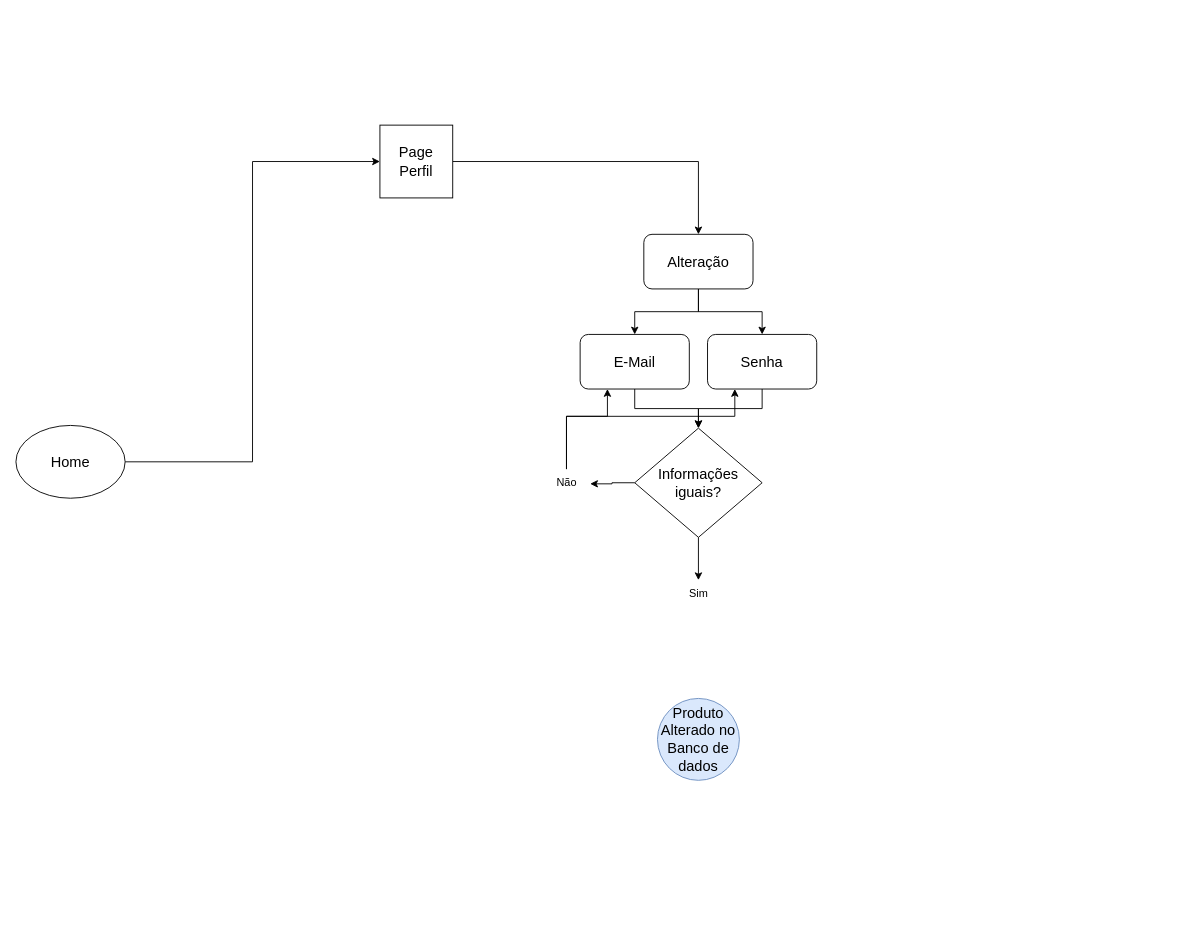
Above: page "Home perfil" (3 of 5) of Novoteste.drawio in gabrimota/Diagramas (draw.io), before the change. Source tidied: cells renumbered, new cells numbered last; positions are measured from the earlier drawing's top-left corner, leaving out a move shared by most shapes. Both pictures are drawn from the tidied source at 91%, with x=0, y=0 at pixel (15, 125).
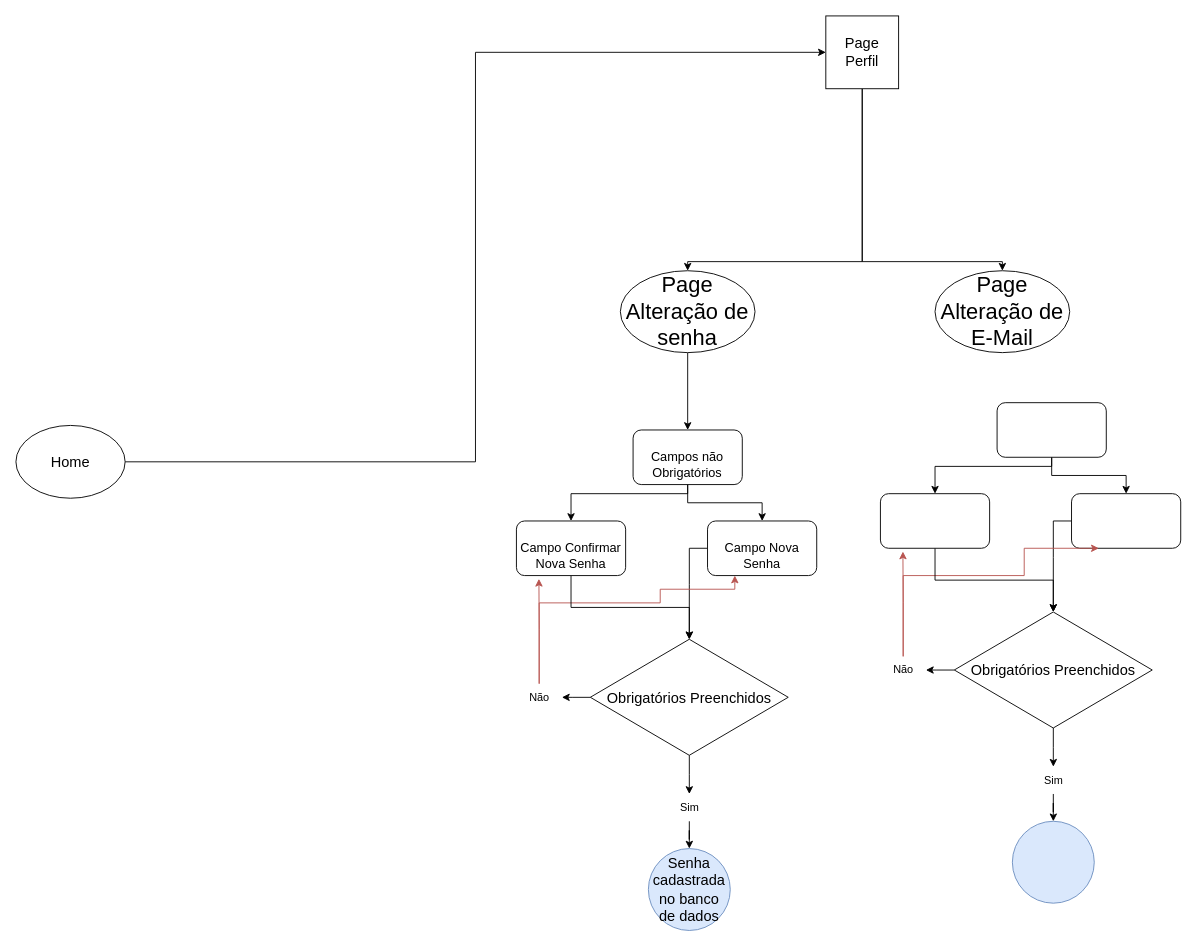
The same diagram, later.

The edit, as a diff of the source:
```diff
@@
-    <mxCell id="4" style="edgeStyle=orthogonalEdgeStyle;rounded=0;jettySize=auto;html=1;entryX=0.5;entryY=0;entryDx=0;entryDy=0;" parent="1" edge="1" source="5" target="12">
-      <mxGeometry relative="1" as="geometry" />
-    </mxCell>
+    <mxCell id="21" style="edgeStyle=orthogonalEdgeStyle;rounded=0;jettySize=auto;html=1;entryX=0.5;entryY=0;entryDx=0;entryDy=0;" parent="1" edge="1" source="5" target="24">
+      <mxGeometry relative="1" as="geometry">
+        <Array as="points">
+          <mxPoint x="930" y="150" />
+          <mxPoint x="738" y="150" />
+        </Array>
+      </mxGeometry>
+    </mxCell>
+    <mxCell id="22" style="edgeStyle=orthogonalEdgeStyle;rounded=0;jettySize=auto;html=1;" parent="1" edge="1" source="5" target="41">
+      <mxGeometry relative="1" as="geometry">
+        <Array as="points">
+          <mxPoint x="930" y="150" />
+          <mxPoint x="1084" y="150" />
+        </Array>
+      </mxGeometry>
+    </mxCell>
     <mxCell id="5" value="&lt;font size=&quot;3&quot;&gt;Page&lt;br&gt;Perfil&lt;/font&gt;" style="whiteSpace=wrap;html=1;" parent="1" vertex="1">
-      <mxGeometry x="400" width="80" height="80" as="geometry" />
+      <mxGeometry x="890" y="-120" width="80" height="80" as="geometry" />
     </mxCell>
-    <mxCell id="6" style="edgeStyle=orthogonalEdgeStyle;rounded=0;jettySize=auto;html=1;entryX=0.5;entryY=0;entryDx=0;entryDy=0;" parent="1" edge="1" source="7" target="14">
-      <mxGeometry relative="1" as="geometry" />
-    </mxCell>
-    <mxCell id="7" value="&lt;font size=&quot;3&quot;&gt;E-Mail&lt;/font&gt;" style="rounded=1;whiteSpace=wrap;html=1;" parent="1" vertex="1">
-      <mxGeometry x="620" y="230" width="120" height="60" as="geometry" />
-    </mxCell>
-    <mxCell id="8" style="edgeStyle=orthogonalEdgeStyle;rounded=0;jettySize=auto;html=1;entryX=0.5;entryY=0;entryDx=0;entryDy=0;" parent="1" edge="1" source="9" target="14">
-      <mxGeometry relative="1" as="geometry" />
-    </mxCell>
-    <mxCell id="9" value="&lt;font size=&quot;3&quot;&gt;Senha&lt;/font&gt;" style="rounded=1;whiteSpace=wrap;html=1;" parent="1" vertex="1">
-      <mxGeometry x="760" y="230" width="120" height="60" as="geometry" />
-    </mxCell>
-    <mxCell id="10" style="edgeStyle=orthogonalEdgeStyle;rounded=0;jettySize=auto;html=1;entryX=0.5;entryY=0;entryDx=0;entryDy=0;" parent="1" edge="1" source="12" target="7">
-      <mxGeometry relative="1" as="geometry" />
-    </mxCell>
-    <mxCell id="11" style="edgeStyle=orthogonalEdgeStyle;rounded=0;jettySize=auto;html=1;" parent="1" edge="1" source="12" target="9">
-      <mxGeometry relative="1" as="geometry">
-        <Array as="points">
-          <mxPoint x="750" y="205" />
-          <mxPoint x="820" y="205" />
-        </Array>
-      </mxGeometry>
-    </mxCell>
-    <mxCell id="12" value="&lt;font size=&quot;3&quot;&gt;Alteração&lt;/font&gt;" style="rounded=1;whiteSpace=wrap;html=1;" parent="1" vertex="1">
-      <mxGeometry x="690" y="120" width="120" height="60" as="geometry" />
-    </mxCell>
-    <mxCell id="13" style="edgeStyle=orthogonalEdgeStyle;rounded=0;jettySize=auto;html=1;" parent="1" edge="1" source="14" target="19">
-      <mxGeometry relative="1" as="geometry" />
-    </mxCell>
-    <mxCell id="14" value="&lt;font size=&quot;3&quot;&gt;Informações iguais?&lt;/font&gt;" style="rhombus;whiteSpace=wrap;html=1;" parent="1" vertex="1">
-      <mxGeometry x="680" y="333" width="140" height="120" as="geometry" />
-    </mxCell>
-    <mxCell id="15" style="edgeStyle=orthogonalEdgeStyle;rounded=0;jettySize=auto;html=1;entryX=0.25;entryY=1;entryDx=0;entryDy=0;" parent="1" edge="1" source="17" target="9">
-      <mxGeometry relative="1" as="geometry">
-        <Array as="points">
-          <mxPoint x="605" y="320" />
-          <mxPoint x="790" y="320" />
-        </Array>
-      </mxGeometry>
-    </mxCell>
-    <mxCell id="16" style="edgeStyle=orthogonalEdgeStyle;rounded=0;jettySize=auto;html=1;entryX=0.25;entryY=1;entryDx=0;entryDy=0;" parent="1" edge="1" source="17" target="7">
-      <mxGeometry relative="1" as="geometry">
-        <Array as="points">
-          <mxPoint x="605" y="320" />
-          <mxPoint x="650" y="320" />
-        </Array>
-      </mxGeometry>
-    </mxCell>
-    <mxCell id="17" value="Não" style="text;html=1;align=center;verticalAlign=middle;points=[];strokeColor=none;fillColor=none;" parent="1" vertex="1">
-      <mxGeometry x="580" y="378" width="50" height="30" as="geometry" />
-    </mxCell>
-    <mxCell id="18" style="edgeStyle=orthogonalEdgeStyle;rounded=0;jettySize=auto;html=1;entryX=1.021;entryY=0.539;entryDx=0;entryDy=0;entryPerimeter=0;" parent="1" edge="1" source="14" target="17">
-      <mxGeometry relative="1" as="geometry" />
-    </mxCell>
-    <mxCell id="19" value="Sim" style="text;html=1;align=center;verticalAlign=middle;points=[];strokeColor=none;fillColor=none;" parent="1" vertex="1">
-      <mxGeometry x="730" y="500" width="40" height="30" as="geometry" />
-    </mxCell>
-    <mxCell id="20" value="&lt;font size=&quot;3&quot;&gt;Produto Alterado no Banco de dados&lt;/font&gt;" style="ellipse;whiteSpace=wrap;html=1;fillColor=#dae8fc;strokeColor=#6c8ebf;" parent="1" vertex="1">
-      <mxGeometry x="705" y="630" width="90" height="90" as="geometry" />
-    </mxCell>
+    <mxCell id="23" style="edgeStyle=orthogonalEdgeStyle;rounded=0;jettySize=auto;html=1;entryX=0.5;entryY=0;entryDx=0;entryDy=0;" parent="1" edge="1" source="24" target="27">
+      <mxGeometry relative="1" as="geometry" />
+    </mxCell>
+    <mxCell id="24" value="&lt;font style=&quot;font-size: 24px;&quot;&gt;Page Alteração de senha&lt;br&gt;&lt;/font&gt;" style="ellipse;whiteSpace=wrap;html=1;" parent="1" vertex="1">
+      <mxGeometry x="664.2" y="160" width="148" height="90" as="geometry" />
+    </mxCell>
+    <mxCell id="25" style="edgeStyle=orthogonalEdgeStyle;rounded=0;jettySize=auto;html=1;entryX=0.5;entryY=0;entryDx=0;entryDy=0;" parent="1" edge="1" source="27" target="39">
+      <mxGeometry relative="1" as="geometry">
+        <Array as="points">
+          <mxPoint x="738" y="405" />
+          <mxPoint x="610" y="405" />
+        </Array>
+      </mxGeometry>
+    </mxCell>
+    <mxCell id="26" style="edgeStyle=orthogonalEdgeStyle;rounded=0;jettySize=auto;html=1;entryX=0.5;entryY=0;entryDx=0;entryDy=0;" parent="1" edge="1" source="27" target="29">
+      <mxGeometry relative="1" as="geometry" />
+    </mxCell>
+    <mxCell id="27" value="&lt;font style=&quot;font-size: 14px;&quot;&gt;&lt;br&gt;Campos não Obrigatórios&lt;/font&gt;" style="rounded=1;whiteSpace=wrap;html=1;" parent="1" vertex="1">
+      <mxGeometry x="678.2" y="335" width="120" height="60" as="geometry" />
+    </mxCell>
+    <mxCell id="28" style="edgeStyle=orthogonalEdgeStyle;rounded=0;jettySize=auto;html=1;entryX=0;entryY=0.5;entryDx=0;entryDy=0;" parent="1" edge="1" source="29" target="32">
+      <mxGeometry relative="1" as="geometry">
+        <Array as="points">
+          <mxPoint x="740" y="505" />
+          <mxPoint x="740" y="505" />
+        </Array>
+      </mxGeometry>
+    </mxCell>
+    <mxCell id="29" value="&lt;font style=&quot;font-size: 14px;&quot;&gt;&lt;br&gt;Campo Nova Senha&lt;/font&gt;" style="rounded=1;whiteSpace=wrap;html=1;" parent="1" vertex="1">
+      <mxGeometry x="760" y="435" width="120" height="60" as="geometry" />
+    </mxCell>
+    <mxCell id="30" style="edgeStyle=orthogonalEdgeStyle;rounded=0;jettySize=auto;html=1;" parent="1" edge="1" source="32" target="34">
+      <mxGeometry relative="1" as="geometry" />
+    </mxCell>
+    <mxCell id="31" style="edgeStyle=orthogonalEdgeStyle;rounded=0;jettySize=auto;html=1;" parent="1" edge="1" source="32" target="36">
+      <mxGeometry relative="1" as="geometry" />
+    </mxCell>
+    <mxCell id="32" value="&lt;font size=&quot;3&quot;&gt;Obrigatórios Preenchidos&lt;/font&gt;" style="rhombus;whiteSpace=wrap;html=1;direction=south;" parent="1" vertex="1">
+      <mxGeometry x="631.2" y="565" width="217.5" height="127.5" as="geometry" />
+    </mxCell>
+    <mxCell id="33" style="edgeStyle=orthogonalEdgeStyle;rounded=0;jettySize=auto;html=1;entryX=0.25;entryY=1;entryDx=0;entryDy=0;fillColor=#f8cecc;gradientColor=#ea6b66;strokeColor=#b85450;" parent="1" edge="1" source="34" target="29">
+      <mxGeometry relative="1" as="geometry">
+        <Array as="points">
+          <mxPoint x="575" y="525" />
+          <mxPoint x="708" y="525" />
+          <mxPoint x="708" y="510" />
+          <mxPoint x="790" y="510" />
+        </Array>
+      </mxGeometry>
+    </mxCell>
+    <mxCell id="34" value="Não" style="text;html=1;align=center;verticalAlign=middle;points=[];strokeColor=none;fillColor=none;" parent="1" vertex="1">
+      <mxGeometry x="550" y="613.8" width="50" height="30" as="geometry" />
+    </mxCell>
+    <mxCell id="35" style="edgeStyle=orthogonalEdgeStyle;rounded=0;jettySize=auto;html=1;" parent="1" edge="1" source="36" target="37">
+      <mxGeometry relative="1" as="geometry" />
+    </mxCell>
+    <mxCell id="36" value="Sim" style="text;html=1;align=center;verticalAlign=middle;points=[];strokeColor=none;fillColor=none;" parent="1" vertex="1">
+      <mxGeometry x="720" y="735" width="40" height="30" as="geometry" />
+    </mxCell>
+    <mxCell id="37" value="&lt;font size=&quot;3&quot;&gt;Senha cadastrada no banco de dados&lt;/font&gt;" style="ellipse;whiteSpace=wrap;html=1;fillColor=#dae8fc;strokeColor=#6c8ebf;" parent="1" vertex="1">
+      <mxGeometry x="695" y="795" width="90" height="90" as="geometry" />
+    </mxCell>
+    <mxCell id="38" style="edgeStyle=orthogonalEdgeStyle;rounded=0;jettySize=auto;html=1;" parent="1" edge="1" source="39" target="32">
+      <mxGeometry relative="1" as="geometry" />
+    </mxCell>
+    <mxCell id="39" value="&lt;font style=&quot;font-size: 14px;&quot;&gt;&lt;br&gt;Campo Confirmar Nova Senha&lt;/font&gt;" style="rounded=1;whiteSpace=wrap;html=1;" parent="1" vertex="1">
+      <mxGeometry x="550" y="435" width="120" height="60" as="geometry" />
+    </mxCell>
+    <mxCell id="40" style="edgeStyle=orthogonalEdgeStyle;rounded=0;jettySize=auto;html=1;entryX=0.206;entryY=1.06;entryDx=0;entryDy=0;entryPerimeter=0;fillColor=#f8cecc;gradientColor=#ea6b66;strokeColor=#b85450;" parent="1" edge="1" source="34" target="39">
+      <mxGeometry relative="1" as="geometry" />
+    </mxCell>
+    <mxCell id="41" value="&lt;font style=&quot;font-size: 24px;&quot;&gt;Page Alteração de E-Mail&lt;br&gt;&lt;/font&gt;" style="ellipse;whiteSpace=wrap;html=1;" parent="1" vertex="1">
+      <mxGeometry x="1010" y="160" width="148" height="90" as="geometry" />
+    </mxCell>
+    <mxCell id="42" style="edgeStyle=orthogonalEdgeStyle;rounded=0;jettySize=auto;html=1;entryX=0.5;entryY=0;entryDx=0;entryDy=0;" parent="1" edge="1" source="44" target="56">
+      <mxGeometry relative="1" as="geometry">
+        <Array as="points">
+          <mxPoint x="1138" y="375" />
+          <mxPoint x="1010" y="375" />
+        </Array>
+      </mxGeometry>
+    </mxCell>
+    <mxCell id="43" style="edgeStyle=orthogonalEdgeStyle;rounded=0;jettySize=auto;html=1;entryX=0.5;entryY=0;entryDx=0;entryDy=0;" parent="1" edge="1" source="44" target="46">
+      <mxGeometry relative="1" as="geometry" />
+    </mxCell>
+    <mxCell id="44" style="rounded=1;whiteSpace=wrap;html=1;" parent="1" vertex="1">
+      <mxGeometry x="1078.2" y="305" width="120" height="60" as="geometry" />
+    </mxCell>
+    <mxCell id="45" style="edgeStyle=orthogonalEdgeStyle;rounded=0;jettySize=auto;html=1;entryX=0;entryY=0.5;entryDx=0;entryDy=0;" parent="1" edge="1" source="46" target="49">
+      <mxGeometry relative="1" as="geometry">
+        <Array as="points">
+          <mxPoint x="1140" y="475" />
+          <mxPoint x="1140" y="475" />
+        </Array>
+      </mxGeometry>
+    </mxCell>
+    <mxCell id="46" style="rounded=1;whiteSpace=wrap;html=1;" parent="1" vertex="1">
+      <mxGeometry x="1160" y="405" width="120" height="60" as="geometry" />
+    </mxCell>
+    <mxCell id="47" style="edgeStyle=orthogonalEdgeStyle;rounded=0;jettySize=auto;html=1;" parent="1" edge="1" source="49" target="51">
+      <mxGeometry relative="1" as="geometry" />
+    </mxCell>
+    <mxCell id="48" style="edgeStyle=orthogonalEdgeStyle;rounded=0;jettySize=auto;html=1;" parent="1" edge="1" source="49" target="53">
+      <mxGeometry relative="1" as="geometry" />
+    </mxCell>
+    <mxCell id="49" value="&lt;font size=&quot;3&quot;&gt;Obrigatórios Preenchidos&lt;/font&gt;" style="rhombus;whiteSpace=wrap;html=1;direction=south;" parent="1" vertex="1">
+      <mxGeometry x="1031.2" y="535" width="217.5" height="127.5" as="geometry" />
+    </mxCell>
+    <mxCell id="50" style="edgeStyle=orthogonalEdgeStyle;rounded=0;jettySize=auto;html=1;entryX=0.25;entryY=1;entryDx=0;entryDy=0;fillColor=#f8cecc;gradientColor=#ea6b66;strokeColor=#b85450;" parent="1" edge="1" source="51" target="46">
+      <mxGeometry relative="1" as="geometry">
+        <Array as="points">
+          <mxPoint x="975" y="495" />
+          <mxPoint x="1108" y="495" />
+        </Array>
+      </mxGeometry>
+    </mxCell>
+    <mxCell id="51" value="Não" style="text;html=1;align=center;verticalAlign=middle;points=[];strokeColor=none;fillColor=none;" parent="1" vertex="1">
+      <mxGeometry x="950" y="583.8" width="50" height="30" as="geometry" />
+    </mxCell>
+    <mxCell id="52" style="edgeStyle=orthogonalEdgeStyle;rounded=0;jettySize=auto;html=1;" parent="1" edge="1" source="53" target="54">
+      <mxGeometry relative="1" as="geometry" />
+    </mxCell>
+    <mxCell id="53" value="Sim" style="text;html=1;align=center;verticalAlign=middle;points=[];strokeColor=none;fillColor=none;" parent="1" vertex="1">
+      <mxGeometry x="1120" y="705" width="40" height="30" as="geometry" />
+    </mxCell>
+    <mxCell id="54" style="ellipse;whiteSpace=wrap;html=1;fillColor=#dae8fc;strokeColor=#6c8ebf;" parent="1" vertex="1">
+      <mxGeometry x="1095" y="765" width="90" height="90" as="geometry" />
+    </mxCell>
+    <mxCell id="55" style="edgeStyle=orthogonalEdgeStyle;rounded=0;jettySize=auto;html=1;" parent="1" edge="1" source="56" target="49">
+      <mxGeometry relative="1" as="geometry" />
+    </mxCell>
+    <mxCell id="56" style="rounded=1;whiteSpace=wrap;html=1;" parent="1" vertex="1">
+      <mxGeometry x="950" y="405" width="120" height="60" as="geometry" />
+    </mxCell>
+    <mxCell id="57" style="edgeStyle=orthogonalEdgeStyle;rounded=0;jettySize=auto;html=1;entryX=0.206;entryY=1.06;entryDx=0;entryDy=0;entryPerimeter=0;fillColor=#f8cecc;gradientColor=#ea6b66;strokeColor=#b85450;" parent="1" edge="1" source="51" target="56">
+      <mxGeometry relative="1" as="geometry" />
+    </mxCell>
```
